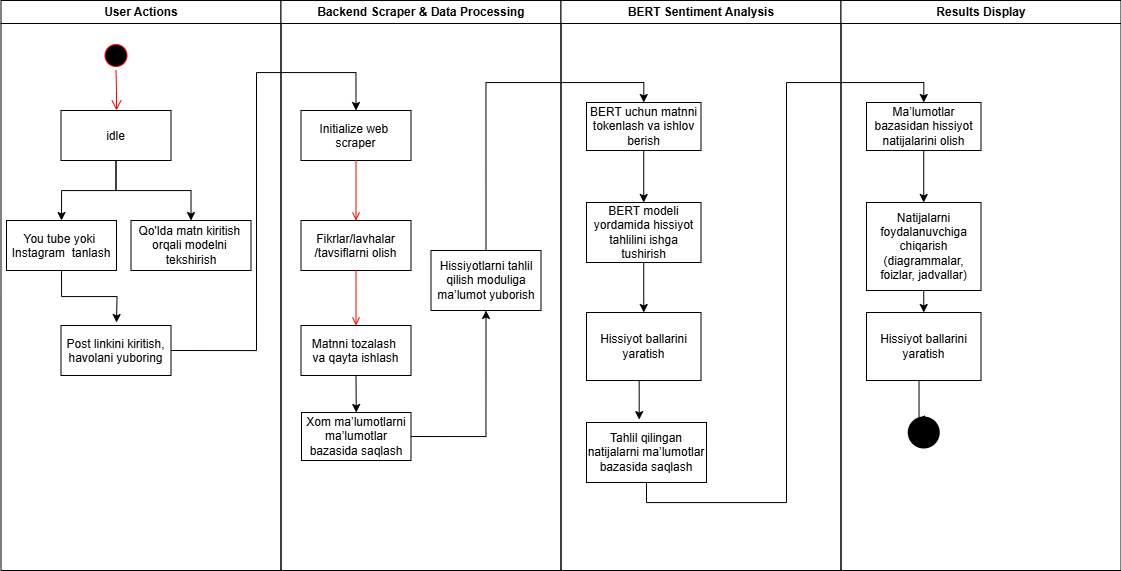
Earlier version of the draw.io export Untitled Diagram.drawio.png (Ibroh1mjon/portfolio.github.io). Source tidied: cells renumbered, new cells last; positions are measured from the earlier drawing's top-left corner, leaving out a move shared by most shapes.
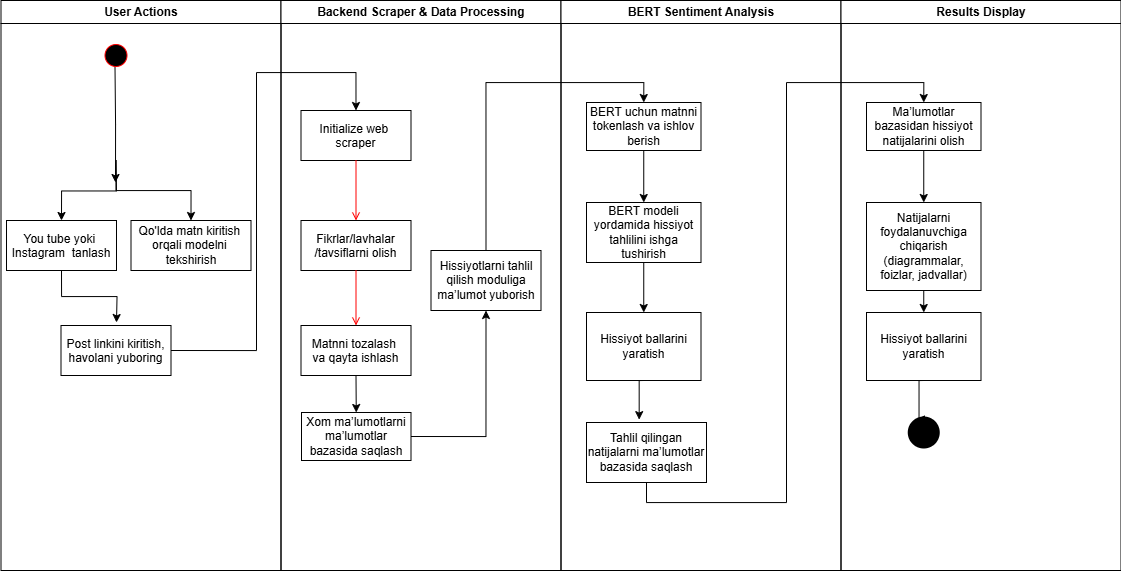
The same file after the commit.

Change to the diagram source:
```diff
@@ -5,26 +5,29 @@
     <mxCell id="2" value="User Actions" style="swimlane;whiteSpace=wrap;align=center;" parent="1" vertex="1">
       <mxGeometry x="0.5" width="280" height="570" as="geometry" />
     </mxCell>
+    <mxCell id="41" style="edgeStyle=orthogonalEdgeStyle;rounded=0;orthogonalLoop=1;jettySize=auto;html=1;exitX=0.5;exitY=1;exitDx=0;exitDy=0;" parent="2" edge="1">
+      <mxGeometry relative="1" as="geometry">
+        <mxPoint x="114" y="66" as="sourcePoint" />
+        <mxPoint x="114.5" y="182" as="targetPoint" />
+      </mxGeometry>
+    </mxCell>
     <mxCell id="3" style="ellipse;shape=startState;fillColor=#000000;strokeColor=#ff0000;" parent="2" vertex="1">
       <mxGeometry x="100" y="40" width="30" height="30" as="geometry" />
     </mxCell>
-    <mxCell id="4" style="edgeStyle=elbowEdgeStyle;elbow=horizontal;verticalAlign=bottom;endArrow=open;endSize=8;strokeColor=#FF0000;endFill=1;rounded=0;" parent="2" edge="1" source="3" target="7">
-      <mxGeometry x="100" y="40" as="geometry" />
-    </mxCell>
-    <mxCell id="5" style="edgeStyle=orthogonalEdgeStyle;rounded=0;jettySize=auto;html=1;exitX=0.5;exitY=1;exitDx=0;exitDy=0;entryX=0.5;entryY=0;entryDx=0;entryDy=0;" parent="2" edge="1" source="7" target="11">
+    <mxCell id="5" style="edgeStyle=orthogonalEdgeStyle;rounded=0;jettySize=auto;html=1;exitX=0.5;exitY=1;exitDx=0;exitDy=0;entryX=0.5;entryY=0;entryDx=0;entryDy=0;" parent="2" edge="1" target="11">
       <mxGeometry relative="1" as="geometry">
+        <mxPoint x="115" y="160" as="sourcePoint" />
         <Array as="points">
           <mxPoint x="115" y="190" />
           <mxPoint x="190" y="190" />
         </Array>
       </mxGeometry>
     </mxCell>
-    <mxCell id="6" style="edgeStyle=orthogonalEdgeStyle;rounded=0;jettySize=auto;html=1;exitX=0.5;exitY=1;exitDx=0;exitDy=0;entryX=0.5;entryY=0;entryDx=0;entryDy=0;" parent="2" edge="1" source="7" target="9">
-      <mxGeometry relative="1" as="geometry" />
+    <mxCell id="6" style="edgeStyle=orthogonalEdgeStyle;rounded=0;jettySize=auto;html=1;exitX=0.5;exitY=1;exitDx=0;exitDy=0;entryX=0.5;entryY=0;entryDx=0;entryDy=0;" parent="2" edge="1" target="9">
+      <mxGeometry relative="1" as="geometry">
+        <mxPoint x="115" y="160" as="sourcePoint" />
+      </mxGeometry>
     </mxCell>
-    <mxCell id="7" value="idle" parent="2" vertex="1">
-      <mxGeometry x="60" y="110" width="110" height="50" as="geometry" />
-    </mxCell>
     <mxCell id="8" style="edgeStyle=orthogonalEdgeStyle;rounded=0;jettySize=auto;html=1;exitX=0.5;exitY=1;exitDx=0;exitDy=0;" parent="2" edge="1" source="9">
       <mxGeometry relative="1" as="geometry">
         <mxPoint x="115.5" y="322" as="targetPoint" />
```
